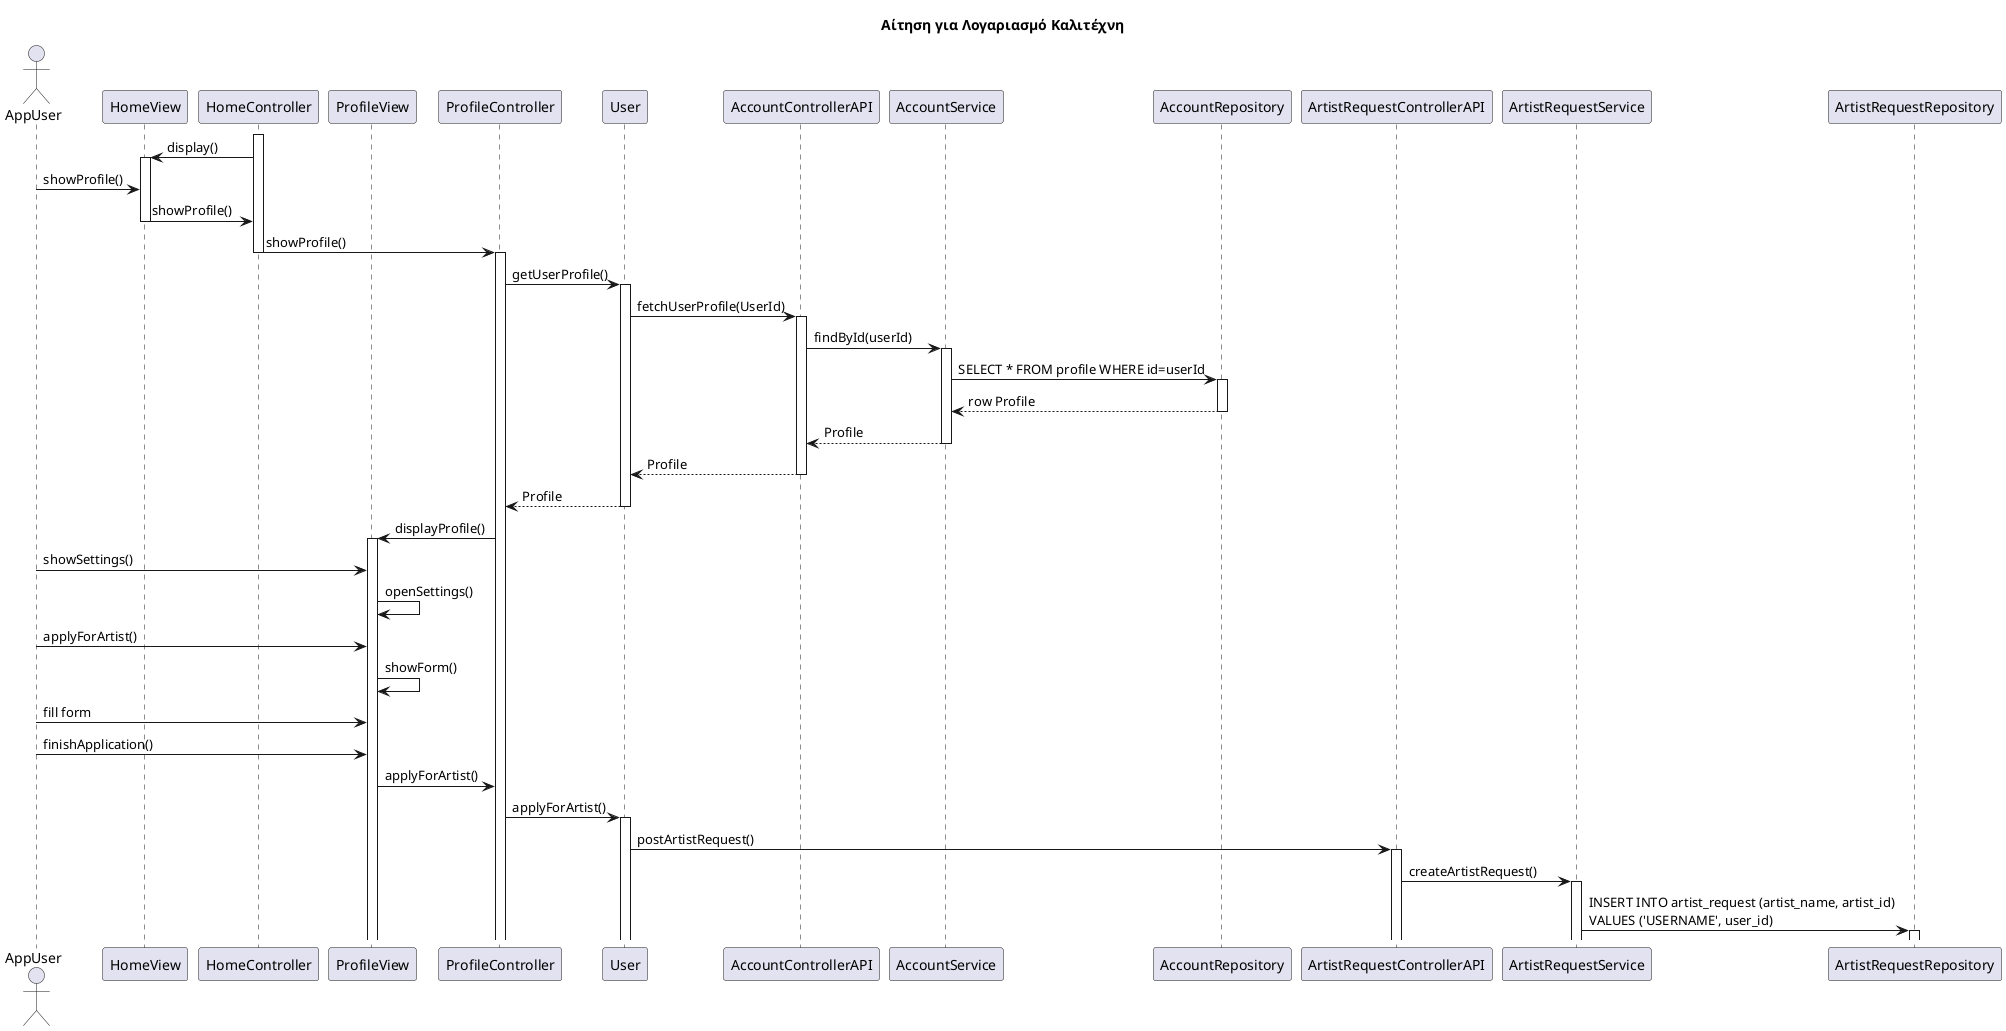
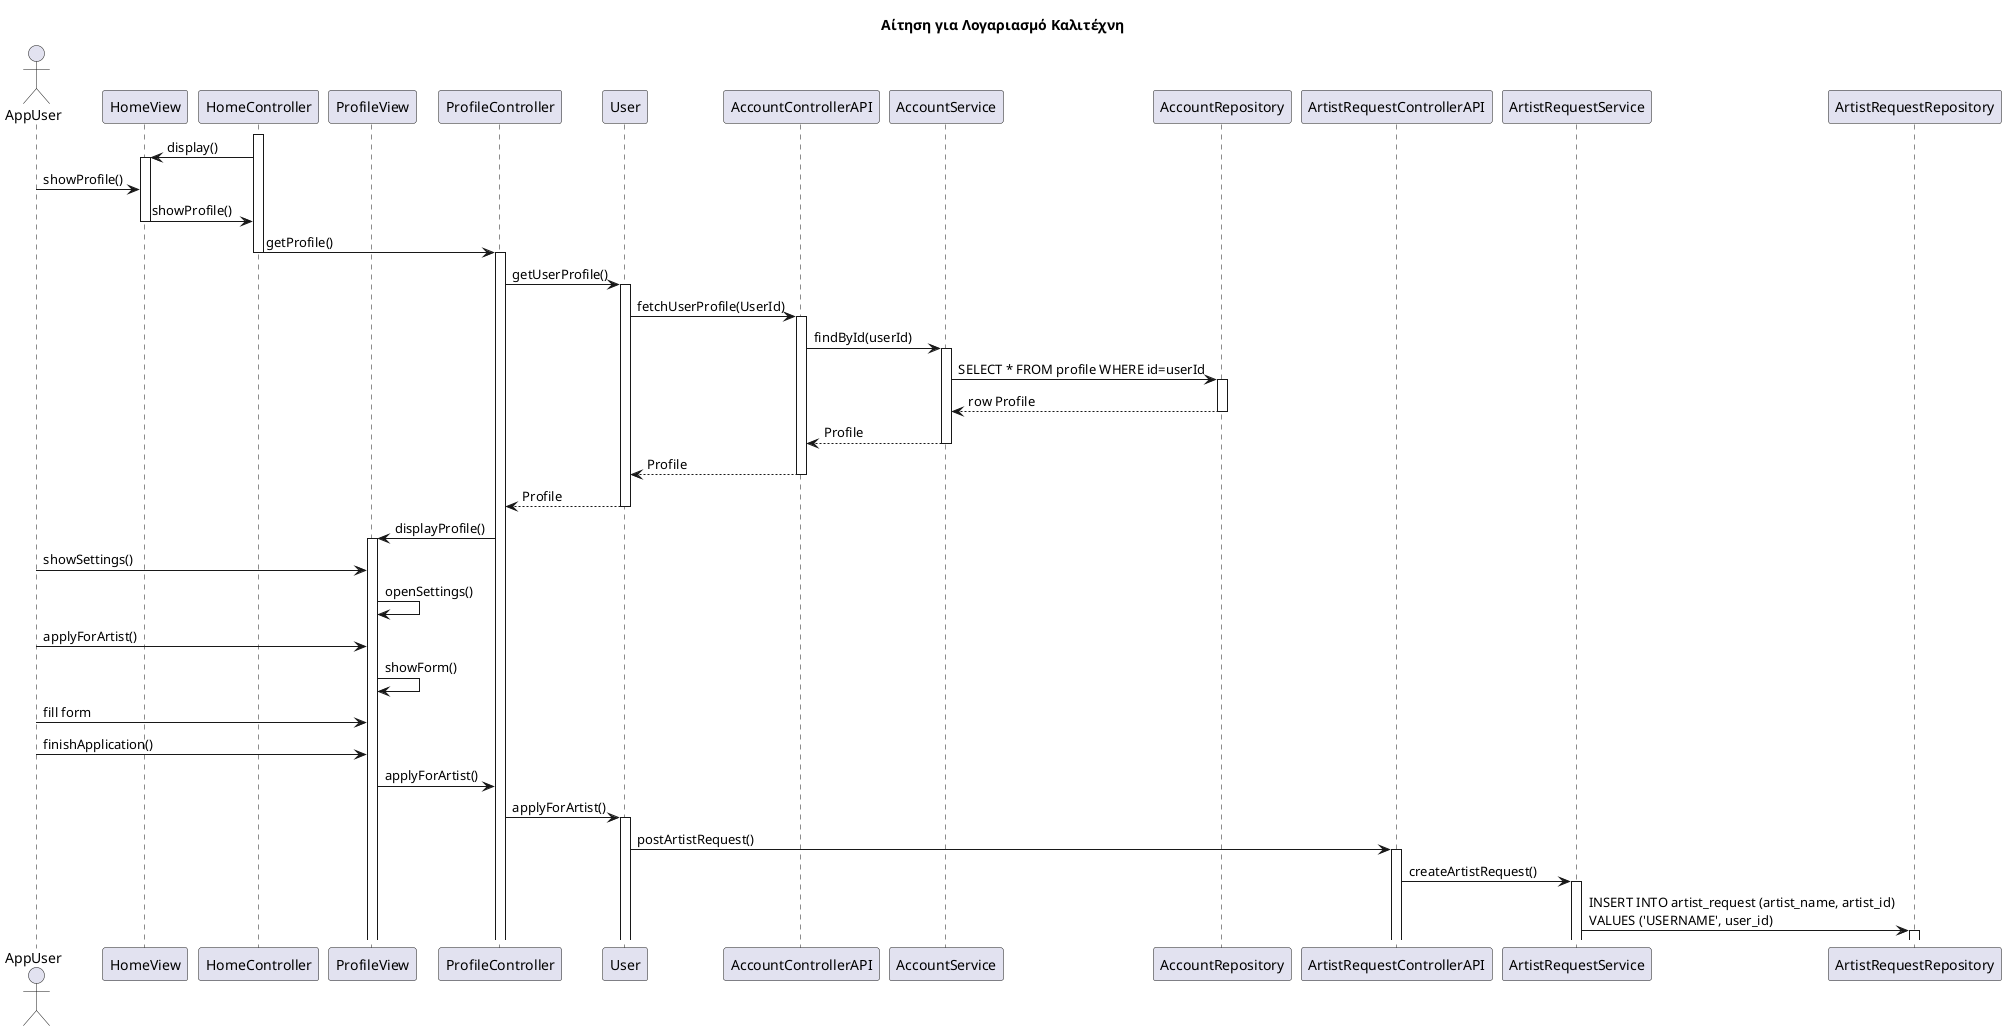
@startuml name

title Αίτηση για Λογαριασμό Καλιτέχνη

actor AppUser
participant HomeView
participant HomeController
participant ProfileView
participant ProfileController
participant User
participant AccountControllerAPI
participant AccountService
participant AccountRepository
participant ArtistRequestControllerAPI
participant ArtistRequestService
participant ArtistRequestRepository

activate HomeController
HomeController -> HomeView : display()
activate HomeView
AppUser -> HomeView : showProfile()
HomeView -> HomeController : showProfile()
deactivate HomeView
- HomeController -> ProfileController : showProfile()
+ HomeController -> ProfileController : getProfile()
deactivate HomeController
activate ProfileController
ProfileController -> User : getUserProfile()
activate User
User -> AccountControllerAPI : fetchUserProfile(UserId)
activate AccountControllerAPI
AccountControllerAPI -> AccountService : findById(userId)
activate AccountService
AccountService -> AccountRepository : SELECT * FROM profile WHERE id=userId
activate AccountRepository
AccountRepository --> AccountService : row Profile
deactivate AccountRepository
AccountService --> AccountControllerAPI : Profile
deactivate AccountService
AccountControllerAPI --> User : Profile
deactivate AccountControllerAPI
User --> ProfileController : Profile
deactivate User
ProfileController -> ProfileView : displayProfile()
activate ProfileView
AppUser -> ProfileView : showSettings()
ProfileView -> ProfileView : openSettings()
AppUser -> ProfileView : applyForArtist()
ProfileView -> ProfileView : showForm()
AppUser -> ProfileView : fill form
AppUser -> ProfileView : finishApplication()
ProfileView -> ProfileController : applyForArtist()
ProfileController -> User : applyForArtist()
activate User
User -> ArtistRequestControllerAPI : postArtistRequest()
activate ArtistRequestControllerAPI
ArtistRequestControllerAPI -> ArtistRequestService : createArtistRequest()
activate ArtistRequestService
ArtistRequestService -> ArtistRequestRepository : INSERT INTO artist_request (artist_name, artist_id) \nVALUES ('USERNAME', user_id)
activate ArtistRequestRepository


@enduml